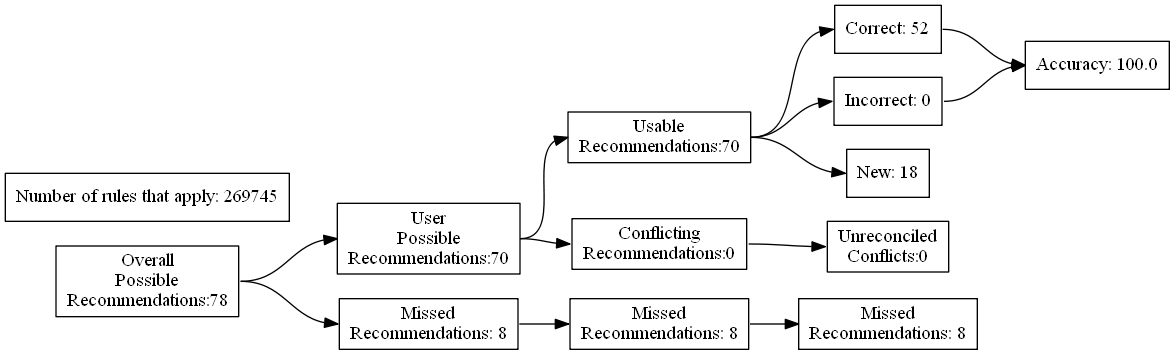
The Graphviz diagram test_renders/12.gv.png in ZaxR/ibd_diet_analysis, before a commit. Its source is kept beside it as test_renders/12.gv.
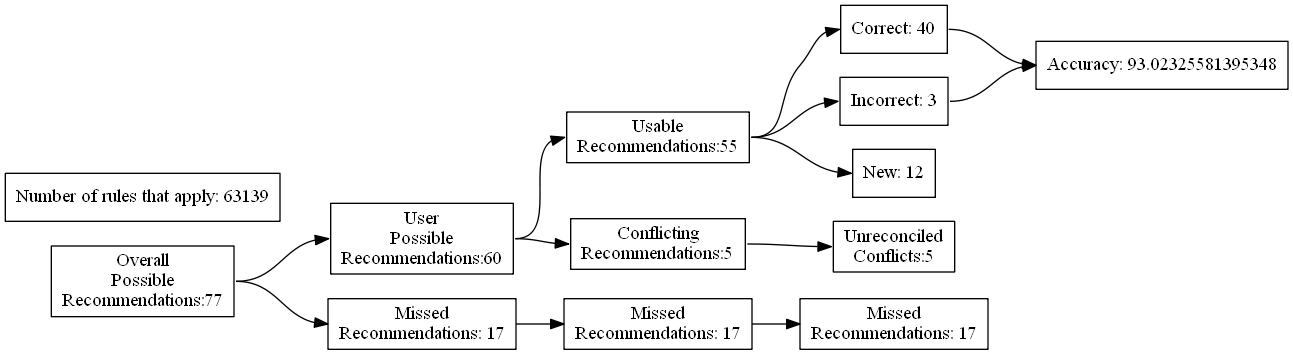
After the change.

Diff of the diagram source:
```diff
@@ -4,27 +4,27 @@
 	edge [headport=w tailport=e]
 		A [label="Overall
 Possible
-Recommendations:78"]
+Recommendations:77"]
 		B [label="User
 Possible
-Recommendations:70"]
+Recommendations:60"]
 		C [label="Missed
-Recommendations: 8"]
+Recommendations: 17"]
 		D [label="Usable
-Recommendations:70"]
+Recommendations:55"]
 		E [label="Conflicting
-Recommendations:0"]
+Recommendations:5"]
 		J [label="Missed
-Recommendations: 8"]
+Recommendations: 17"]
 		M [label="Unreconciled
-Conflicts:0"]
-		F [label="Correct: 52"]
-		G [label="Incorrect: 0"]
-		H [label="New: 18"]
+Conflicts:5"]
+		F [label="Correct: 40"]
+		G [label="Incorrect: 3"]
+		H [label="New: 12"]
 		K [label="Missed
-Recommendations: 8"]
-		I [label="Accuracy: 100.0"]
-		l [label="Number of rules that apply: 269745"]
+Recommendations: 17"]
+		I [label="Accuracy: 93.02325581395348"]
+		l [label="Number of rules that apply: 63139"]
 			A -> B
 			A -> C
 			B -> D
```
